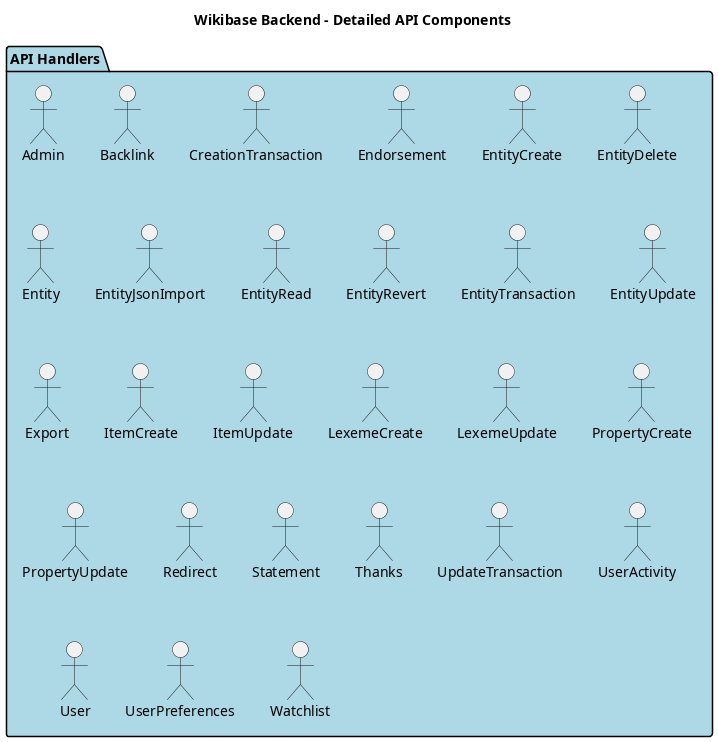
The PlantUML diagram doc/DIAGRAMS/png/detailed_api_components.png in dpriskorn/entitybase-backend, before a commit.
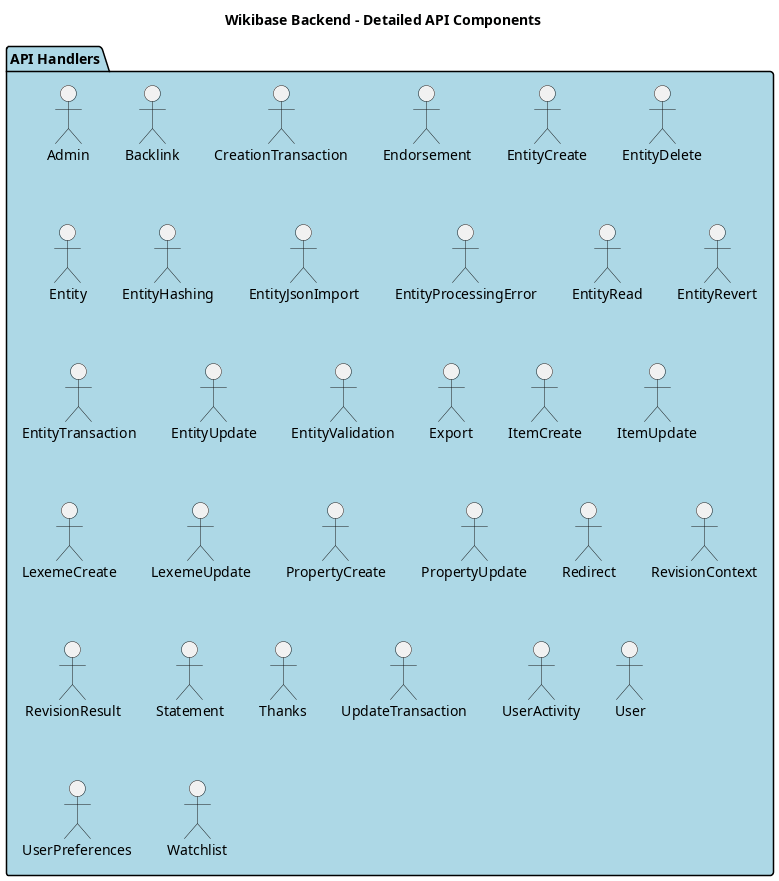
Later version of the same file.

What changed in the source:
```diff
@@ -8,15 +8,16 @@
     "CreationTransaction" as CreationTransaction
     "Endorsement" as EndorsementHandler
     "EntityCreate" as EntityCreateHandler
-    "EntityCreate" as EntityCreateHandler
     "EntityDelete" as EntityDeleteHandler
     "Entity" as EntityHandler
+    "EntityHashing" as EntityHashingService
     "EntityJsonImport" as EntityJsonImportHandler
+    "EntityProcessingError" as EntityProcessingError
     "EntityRead" as EntityReadHandler
     "EntityRevert" as EntityRevertHandler
     "EntityTransaction" as EntityTransaction
     "EntityUpdate" as EntityUpdateHandler
-    "EntityUpdate" as EntityUpdateHandler
+    "EntityValidation" as EntityValidationService
     "Export" as ExportHandler
     "ItemCreate" as ItemCreateHandler
     "ItemUpdate" as ItemUpdateHandler
@@ -25,6 +26,8 @@
     "PropertyCreate" as PropertyCreateHandler
     "PropertyUpdate" as PropertyUpdateHandler
     "Redirect" as RedirectHandler
+    "RevisionContext" as RevisionContext
+    "RevisionResult" as RevisionResult
     "Statement" as StatementHandler
     "Thanks" as ThanksHandler
     "UpdateTransaction" as UpdateTransaction
```
